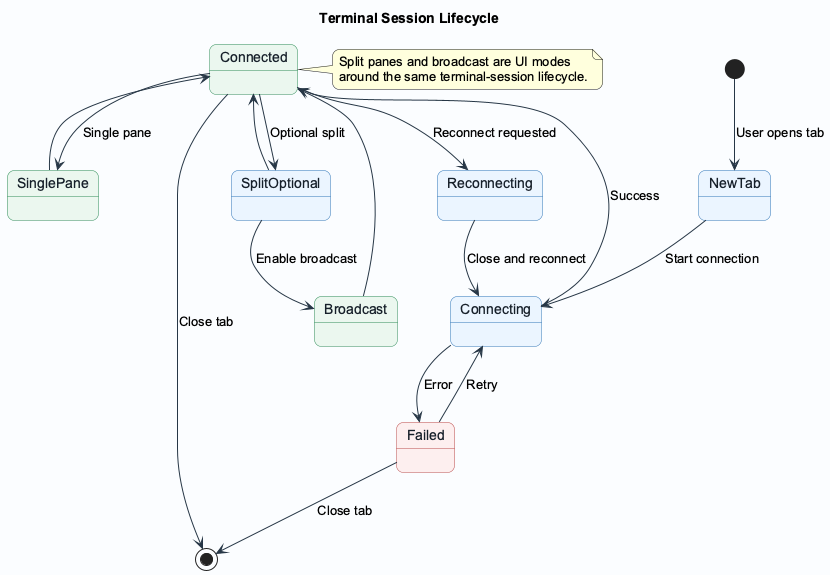
chardonnay/korTTY keeps this PlantUML diagram as docs/diagrams/session-lifecycle.png. Above is the earlier version.
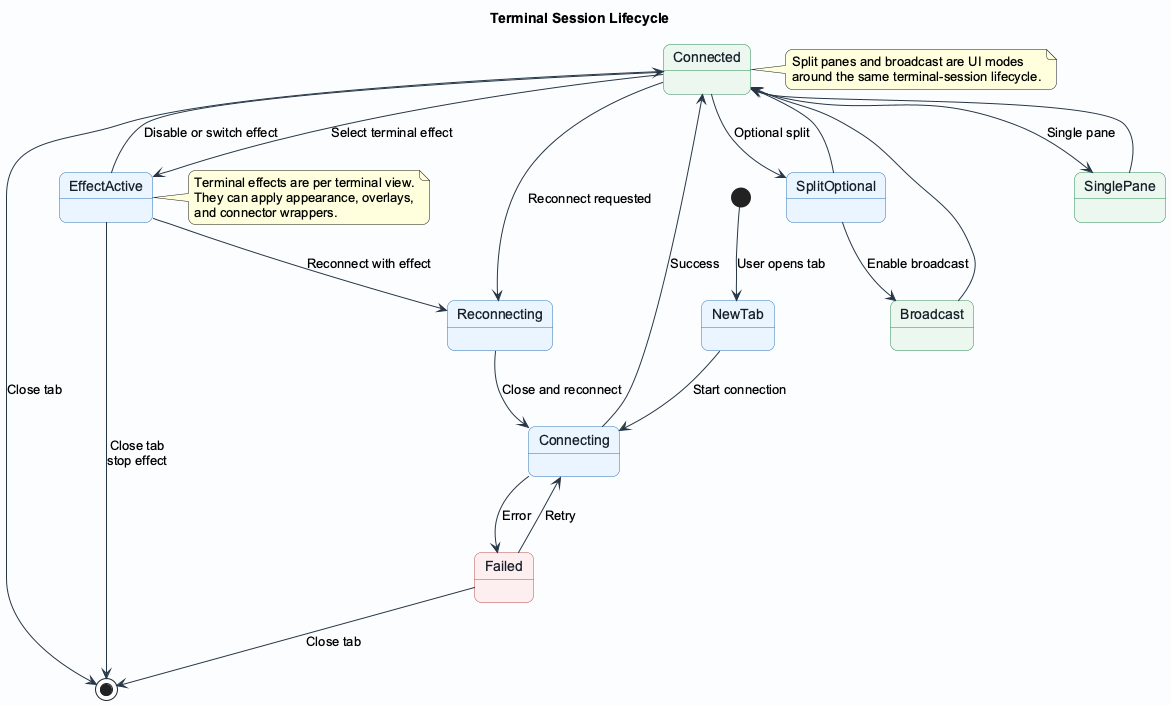
After the commit.

Diff of the diagram source:
```diff
@@ -34,6 +34,7 @@
 state SinglePane <<Active>>
 state Broadcast <<Active>>
 state Reconnecting <<UI>>
+state EffectActive <<UI>>
 
 [*] --> NewTab : User opens tab
 NewTab --> Connecting : Start connection
@@ -44,17 +45,27 @@
 
 Connected --> SplitOptional : Optional split
 Connected --> SinglePane : Single pane
+Connected --> EffectActive : Select terminal effect
 SplitOptional --> Broadcast : Enable broadcast
 SinglePane --> Connected
 SplitOptional --> Connected
 Broadcast --> Connected
+EffectActive --> Connected : Disable or switch effect
 
 Connected --> Reconnecting : Reconnect requested
+EffectActive --> Reconnecting : Reconnect with effect
 Reconnecting --> Connecting : Close and reconnect
 Connected --> [*] : Close tab
+EffectActive --> [*] : Close tab\nstop effect
 
 note right of Connected
   Split panes and broadcast are UI modes
   around the same terminal-session lifecycle.
 end note
+
+note right of EffectActive
+  Terminal effects are per terminal view.
+  They can apply appearance, overlays,
+  and connector wrappers.
+end note
 @enduml
```
